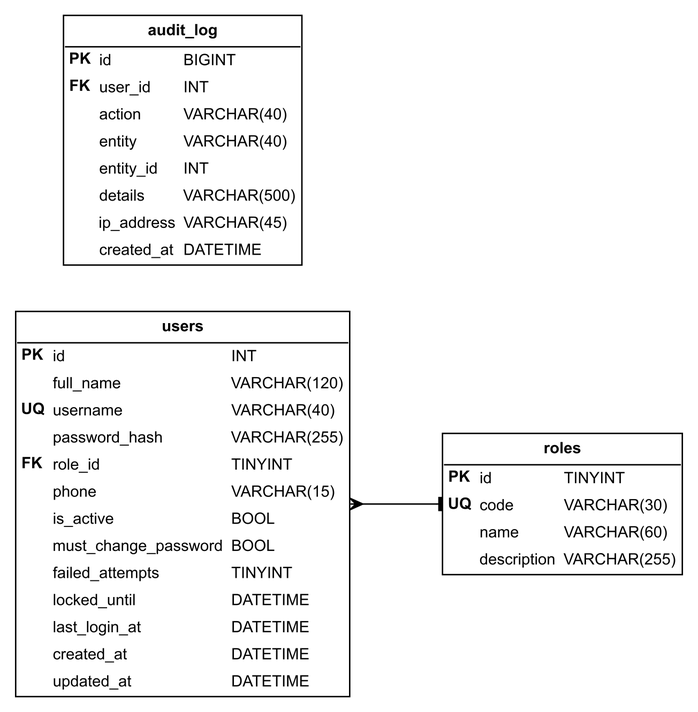
Before: docs/figures/erd_m6.png, a diagram exported from Graphviz (WAIYAH/ub-hms). Its source is kept beside it as docs/build/diagrams_src/erd_m6.dot.
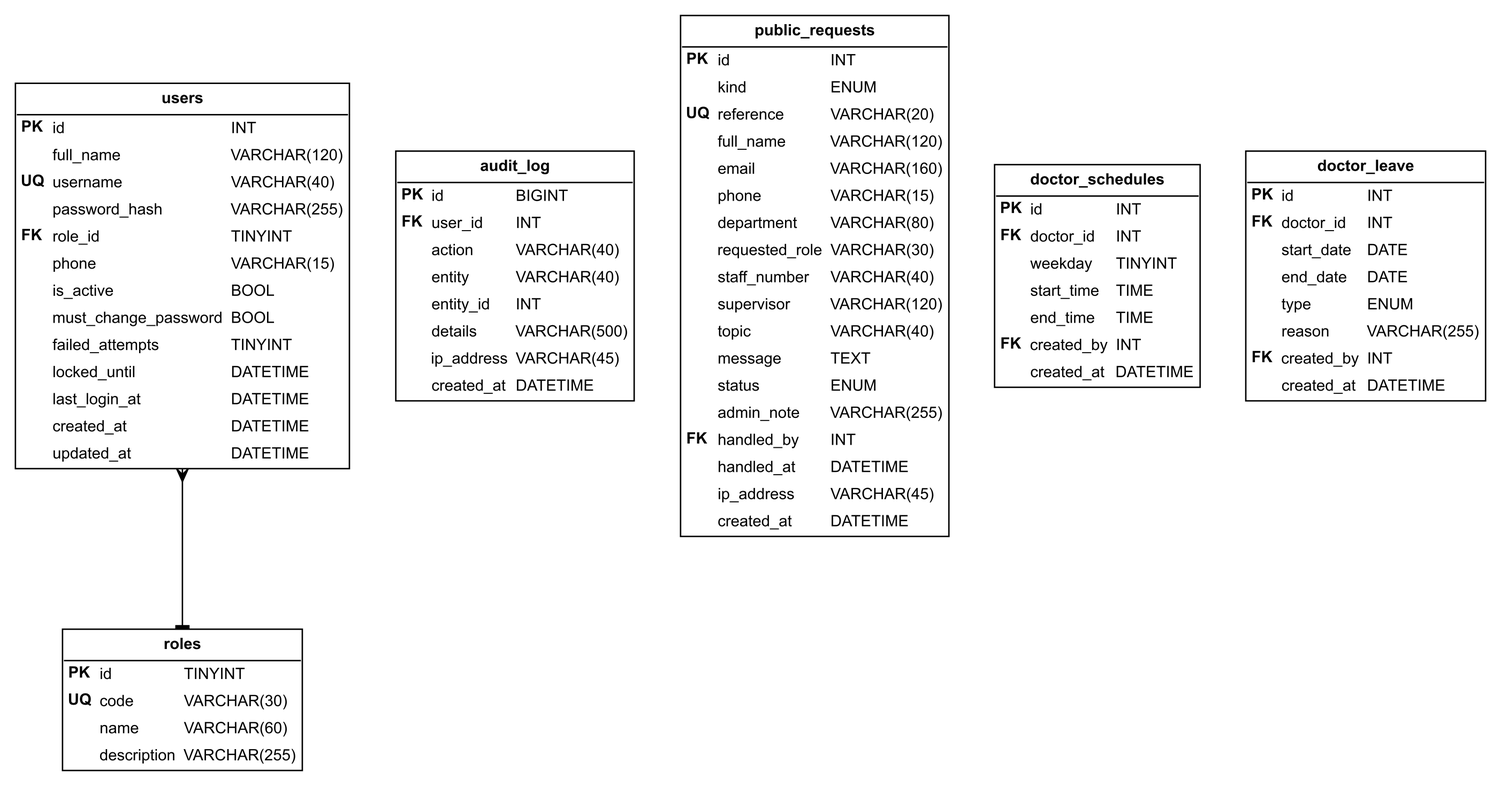
After the commit.

The edit, as a diff of the source:
```diff
@@ -2,9 +2,12 @@
   graph [fontname="Arial", fontsize=12, bgcolor="white", pad="0.15"];
   node  [fontname="Arial", fontsize=11, color="black", fontcolor="black"];
   edge  [fontname="Arial", fontsize=10, color="black", fontcolor="black", arrowsize=0.9];
-  rankdir=LR; nodesep=0.45; ranksep=0.9;
+  rankdir=TB; nodesep=0.45; ranksep=0.9;
   roles [shape=none, margin=0, label=<<TABLE BORDER="1" CELLBORDER="0" CELLSPACING="0" CELLPADDING="3"><TR><TD COLSPAN="3" SIDES="B" BORDER="1" ALIGN="CENTER"><B>roles</B></TD></TR><TR><TD ALIGN="LEFT"><B>PK</B></TD><TD ALIGN="LEFT">id</TD><TD ALIGN="LEFT">TINYINT</TD></TR><TR><TD ALIGN="LEFT"><B>UQ</B></TD><TD ALIGN="LEFT">code</TD><TD ALIGN="LEFT">VARCHAR(30)</TD></TR><TR><TD ALIGN="LEFT">&nbsp;</TD><TD ALIGN="LEFT">name</TD><TD ALIGN="LEFT">VARCHAR(60)</TD></TR><TR><TD ALIGN="LEFT">&nbsp;</TD><TD ALIGN="LEFT">description</TD><TD ALIGN="LEFT">VARCHAR(255)</TD></TR></TABLE>>];
   users [shape=none, margin=0, label=<<TABLE BORDER="1" CELLBORDER="0" CELLSPACING="0" CELLPADDING="3"><TR><TD COLSPAN="3" SIDES="B" BORDER="1" ALIGN="CENTER"><B>users</B></TD></TR><TR><TD ALIGN="LEFT"><B>PK</B></TD><TD ALIGN="LEFT">id</TD><TD ALIGN="LEFT">INT</TD></TR><TR><TD ALIGN="LEFT">&nbsp;</TD><TD ALIGN="LEFT">full_name</TD><TD ALIGN="LEFT">VARCHAR(120)</TD></TR><TR><TD ALIGN="LEFT"><B>UQ</B></TD><TD ALIGN="LEFT">username</TD><TD ALIGN="LEFT">VARCHAR(40)</TD></TR><TR><TD ALIGN="LEFT">&nbsp;</TD><TD ALIGN="LEFT">password_hash</TD><TD ALIGN="LEFT">VARCHAR(255)</TD></TR><TR><TD ALIGN="LEFT"><B>FK</B></TD><TD ALIGN="LEFT">role_id</TD><TD ALIGN="LEFT">TINYINT</TD></TR><TR><TD ALIGN="LEFT">&nbsp;</TD><TD ALIGN="LEFT">phone</TD><TD ALIGN="LEFT">VARCHAR(15)</TD></TR><TR><TD ALIGN="LEFT">&nbsp;</TD><TD ALIGN="LEFT">is_active</TD><TD ALIGN="LEFT">BOOL</TD></TR><TR><TD ALIGN="LEFT">&nbsp;</TD><TD ALIGN="LEFT">must_change_password</TD><TD ALIGN="LEFT">BOOL</TD></TR><TR><TD ALIGN="LEFT">&nbsp;</TD><TD ALIGN="LEFT">failed_attempts</TD><TD ALIGN="LEFT">TINYINT</TD></TR><TR><TD ALIGN="LEFT">&nbsp;</TD><TD ALIGN="LEFT">locked_until</TD><TD ALIGN="LEFT">DATETIME</TD></TR><TR><TD ALIGN="LEFT">&nbsp;</TD><TD ALIGN="LEFT">last_login_at</TD><TD ALIGN="LEFT">DATETIME</TD></TR><TR><TD ALIGN="LEFT">&nbsp;</TD><TD ALIGN="LEFT">created_at</TD><TD ALIGN="LEFT">DATETIME</TD></TR><TR><TD ALIGN="LEFT">&nbsp;</TD><TD ALIGN="LEFT">updated_at</TD><TD ALIGN="LEFT">DATETIME</TD></TR></TABLE>>];
   audit_log [shape=none, margin=0, label=<<TABLE BORDER="1" CELLBORDER="0" CELLSPACING="0" CELLPADDING="3"><TR><TD COLSPAN="3" SIDES="B" BORDER="1" ALIGN="CENTER"><B>audit_log</B></TD></TR><TR><TD ALIGN="LEFT"><B>PK</B></TD><TD ALIGN="LEFT">id</TD><TD ALIGN="LEFT">BIGINT</TD></TR><TR><TD ALIGN="LEFT"><B>FK</B></TD><TD ALIGN="LEFT">user_id</TD><TD ALIGN="LEFT">INT</TD></TR><TR><TD ALIGN="LEFT">&nbsp;</TD><TD ALIGN="LEFT">action</TD><TD ALIGN="LEFT">VARCHAR(40)</TD></TR><TR><TD ALIGN="LEFT">&nbsp;</TD><TD ALIGN="LEFT">entity</TD><TD ALIGN="LEFT">VARCHAR(40)</TD></TR><TR><TD ALIGN="LEFT">&nbsp;</TD><TD ALIGN="LEFT">entity_id</TD><TD ALIGN="LEFT">INT</TD></TR><TR><TD ALIGN="LEFT">&nbsp;</TD><TD ALIGN="LEFT">details</TD><TD ALIGN="LEFT">VARCHAR(500)</TD></TR><TR><TD ALIGN="LEFT">&nbsp;</TD><TD ALIGN="LEFT">ip_address</TD><TD ALIGN="LEFT">VARCHAR(45)</TD></TR><TR><TD ALIGN="LEFT">&nbsp;</TD><TD ALIGN="LEFT">created_at</TD><TD ALIGN="LEFT">DATETIME</TD></TR></TABLE>>];
+  public_requests [shape=none, margin=0, label=<<TABLE BORDER="1" CELLBORDER="0" CELLSPACING="0" CELLPADDING="3"><TR><TD COLSPAN="3" SIDES="B" BORDER="1" ALIGN="CENTER"><B>public_requests</B></TD></TR><TR><TD ALIGN="LEFT"><B>PK</B></TD><TD ALIGN="LEFT">id</TD><TD ALIGN="LEFT">INT</TD></TR><TR><TD ALIGN="LEFT">&nbsp;</TD><TD ALIGN="LEFT">kind</TD><TD ALIGN="LEFT">ENUM</TD></TR><TR><TD ALIGN="LEFT"><B>UQ</B></TD><TD ALIGN="LEFT">reference</TD><TD ALIGN="LEFT">VARCHAR(20)</TD></TR><TR><TD ALIGN="LEFT">&nbsp;</TD><TD ALIGN="LEFT">full_name</TD><TD ALIGN="LEFT">VARCHAR(120)</TD></TR><TR><TD ALIGN="LEFT">&nbsp;</TD><TD ALIGN="LEFT">email</TD><TD ALIGN="LEFT">VARCHAR(160)</TD></TR><TR><TD ALIGN="LEFT">&nbsp;</TD><TD ALIGN="LEFT">phone</TD><TD ALIGN="LEFT">VARCHAR(15)</TD></TR><TR><TD ALIGN="LEFT">&nbsp;</TD><TD ALIGN="LEFT">department</TD><TD ALIGN="LEFT">VARCHAR(80)</TD></TR><TR><TD ALIGN="LEFT">&nbsp;</TD><TD ALIGN="LEFT">requested_role</TD><TD ALIGN="LEFT">VARCHAR(30)</TD></TR><TR><TD ALIGN="LEFT">&nbsp;</TD><TD ALIGN="LEFT">staff_number</TD><TD ALIGN="LEFT">VARCHAR(40)</TD></TR><TR><TD ALIGN="LEFT">&nbsp;</TD><TD ALIGN="LEFT">supervisor</TD><TD ALIGN="LEFT">VARCHAR(120)</TD></TR><TR><TD ALIGN="LEFT">&nbsp;</TD><TD ALIGN="LEFT">topic</TD><TD ALIGN="LEFT">VARCHAR(40)</TD></TR><TR><TD ALIGN="LEFT">&nbsp;</TD><TD ALIGN="LEFT">message</TD><TD ALIGN="LEFT">TEXT</TD></TR><TR><TD ALIGN="LEFT">&nbsp;</TD><TD ALIGN="LEFT">status</TD><TD ALIGN="LEFT">ENUM</TD></TR><TR><TD ALIGN="LEFT">&nbsp;</TD><TD ALIGN="LEFT">admin_note</TD><TD ALIGN="LEFT">VARCHAR(255)</TD></TR><TR><TD ALIGN="LEFT"><B>FK</B></TD><TD ALIGN="LEFT">handled_by</TD><TD ALIGN="LEFT">INT</TD></TR><TR><TD ALIGN="LEFT">&nbsp;</TD><TD ALIGN="LEFT">handled_at</TD><TD ALIGN="LEFT">DATETIME</TD></TR><TR><TD ALIGN="LEFT">&nbsp;</TD><TD ALIGN="LEFT">ip_address</TD><TD ALIGN="LEFT">VARCHAR(45)</TD></TR><TR><TD ALIGN="LEFT">&nbsp;</TD><TD ALIGN="LEFT">created_at</TD><TD ALIGN="LEFT">DATETIME</TD></TR></TABLE>>];
+  doctor_schedules [shape=none, margin=0, label=<<TABLE BORDER="1" CELLBORDER="0" CELLSPACING="0" CELLPADDING="3"><TR><TD COLSPAN="3" SIDES="B" BORDER="1" ALIGN="CENTER"><B>doctor_schedules</B></TD></TR><TR><TD ALIGN="LEFT"><B>PK</B></TD><TD ALIGN="LEFT">id</TD><TD ALIGN="LEFT">INT</TD></TR><TR><TD ALIGN="LEFT"><B>FK</B></TD><TD ALIGN="LEFT">doctor_id</TD><TD ALIGN="LEFT">INT</TD></TR><TR><TD ALIGN="LEFT">&nbsp;</TD><TD ALIGN="LEFT">weekday</TD><TD ALIGN="LEFT">TINYINT</TD></TR><TR><TD ALIGN="LEFT">&nbsp;</TD><TD ALIGN="LEFT">start_time</TD><TD ALIGN="LEFT">TIME</TD></TR><TR><TD ALIGN="LEFT">&nbsp;</TD><TD ALIGN="LEFT">end_time</TD><TD ALIGN="LEFT">TIME</TD></TR><TR><TD ALIGN="LEFT"><B>FK</B></TD><TD ALIGN="LEFT">created_by</TD><TD ALIGN="LEFT">INT</TD></TR><TR><TD ALIGN="LEFT">&nbsp;</TD><TD ALIGN="LEFT">created_at</TD><TD ALIGN="LEFT">DATETIME</TD></TR></TABLE>>];
+  doctor_leave [shape=none, margin=0, label=<<TABLE BORDER="1" CELLBORDER="0" CELLSPACING="0" CELLPADDING="3"><TR><TD COLSPAN="3" SIDES="B" BORDER="1" ALIGN="CENTER"><B>doctor_leave</B></TD></TR><TR><TD ALIGN="LEFT"><B>PK</B></TD><TD ALIGN="LEFT">id</TD><TD ALIGN="LEFT">INT</TD></TR><TR><TD ALIGN="LEFT"><B>FK</B></TD><TD ALIGN="LEFT">doctor_id</TD><TD ALIGN="LEFT">INT</TD></TR><TR><TD ALIGN="LEFT">&nbsp;</TD><TD ALIGN="LEFT">start_date</TD><TD ALIGN="LEFT">DATE</TD></TR><TR><TD ALIGN="LEFT">&nbsp;</TD><TD ALIGN="LEFT">end_date</TD><TD ALIGN="LEFT">DATE</TD></TR><TR><TD ALIGN="LEFT">&nbsp;</TD><TD ALIGN="LEFT">type</TD><TD ALIGN="LEFT">ENUM</TD></TR><TR><TD ALIGN="LEFT">&nbsp;</TD><TD ALIGN="LEFT">reason</TD><TD ALIGN="LEFT">VARCHAR(255)</TD></TR><TR><TD ALIGN="LEFT"><B>FK</B></TD><TD ALIGN="LEFT">created_by</TD><TD ALIGN="LEFT">INT</TD></TR><TR><TD ALIGN="LEFT">&nbsp;</TD><TD ALIGN="LEFT">created_at</TD><TD ALIGN="LEFT">DATETIME</TD></TR></TABLE>>];
   users -> roles [arrowtail=crow, arrowhead=tee, dir=both];
 }
```
